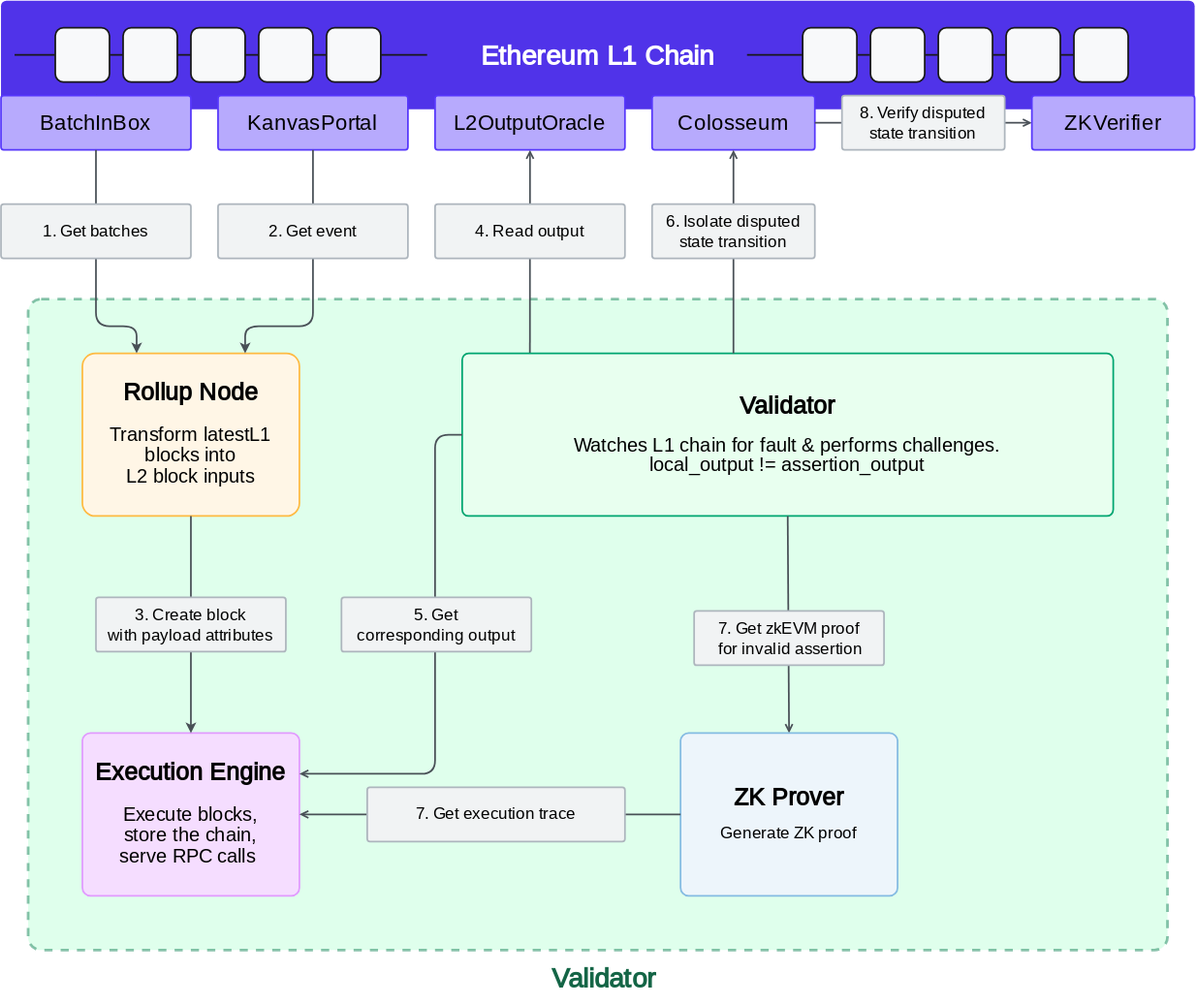
Above: specs/assets/verifier-proving-fault-proof.svg in kroma-network/kroma (draw.io), before the change. Source tidied: cells renumbered, new cells last; positions are measured from the earlier drawing's top-left corner, leaving out a move shared by most shapes.
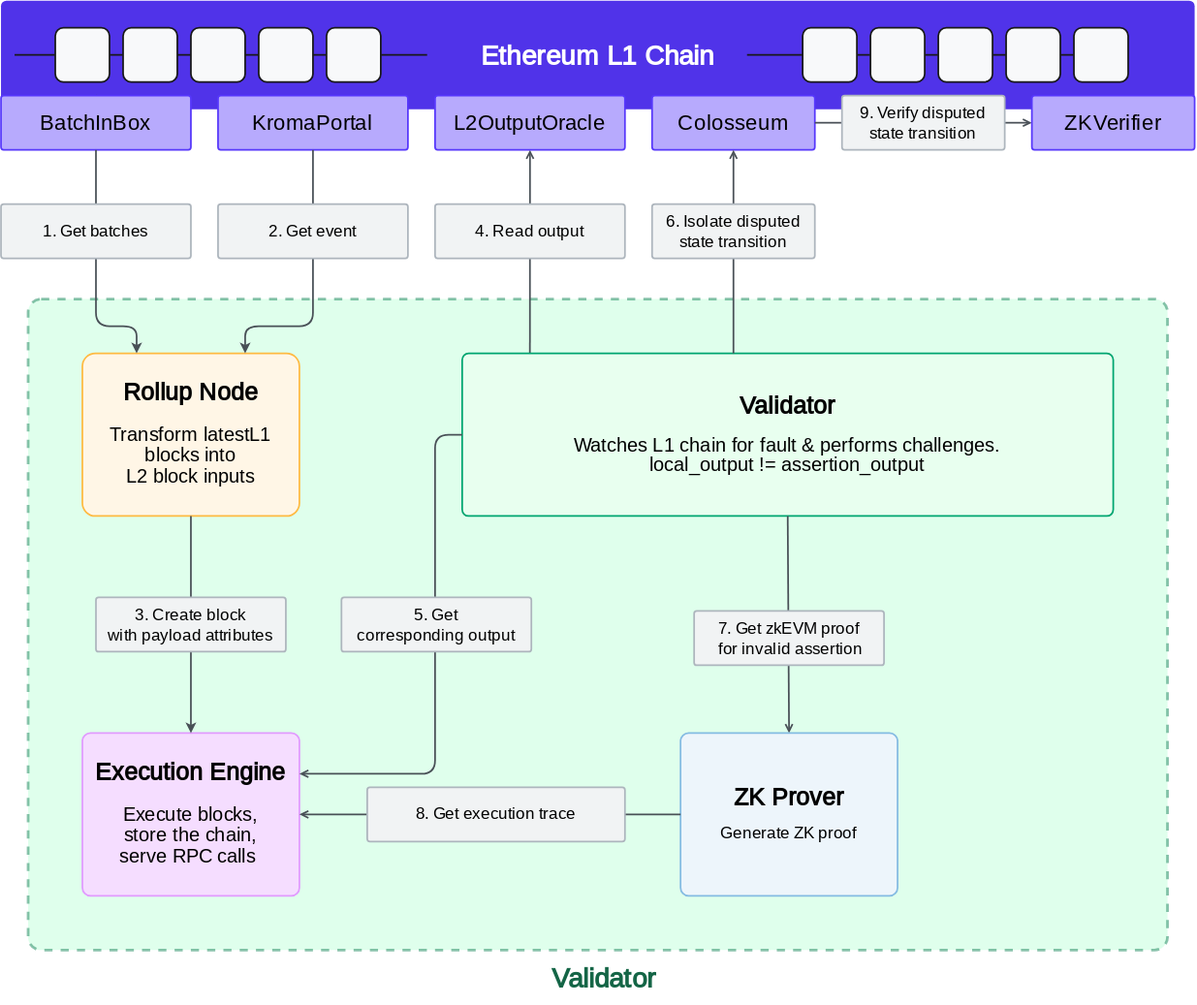
After the commit.

What changed in the source:
```diff
@@ -112,7 +112,7 @@
     <mxCell id="34" style="edgeStyle=none;rounded=0;hachureGap=4;jettySize=auto;html=1;fontFamily=Inter;fontSource=https%3A%2F%2Ffonts.googleapis.com%2Fcss%3Ffamily%3DInter;fontSize=16;endArrow=open;sourcePerimeterSpacing=0;targetPerimeterSpacing=0;strokeWidth=1.25;endFill=0;strokeColor=#495057;jumpSize=1;endSize=4;jumpStyle=arc;startSize=4;startArrow=none;startFill=0;exitX=0;exitY=0.5;exitDx=0;exitDy=0;" parent="1" edge="1" source="27" target="23">
       <mxGeometry relative="1" as="geometry" />
     </mxCell>
-    <mxCell id="35" value="7. Get execution trace" style="rounded=1;whiteSpace=wrap;html=1;fontSize=12;fontFamily=Inter;fillColor=#F1F3F4;strokeColor=#ADB5BD;hachureGap=4;fontSource=https%3A%2F%2Ffonts.googleapis.com%2Fcss%3Ffamily%3DInter;arcSize=5;shadow=0;glass=0;spacing=0;strokeWidth=1.25;spacingTop=0;" parent="1" vertex="1">
+    <mxCell id="35" value="8. Get execution trace" style="rounded=1;whiteSpace=wrap;html=1;fontSize=12;fontFamily=Inter;fillColor=#F1F3F4;strokeColor=#ADB5BD;hachureGap=4;fontSource=https%3A%2F%2Ffonts.googleapis.com%2Fcss%3Ffamily%3DInter;arcSize=5;shadow=0;glass=0;spacing=0;strokeWidth=1.25;spacingTop=0;" parent="1" vertex="1">
       <mxGeometry x="270" y="580" width="190" height="40" as="geometry" />
     </mxCell>
     <mxCell id="36" value="Validator" style="text;whiteSpace=wrap;fontSize=20;fontFamily=Inter;fontColor=#146546;align=center;fontStyle=1;html=1;spacing=2;verticalAlign=middle;" parent="1" vertex="1">
@@ -127,7 +127,7 @@
     <mxCell id="39" value="&lt;p style=&quot;line-height: 100%; font-size: 16px;&quot;&gt;BatchInBox&lt;/p&gt;" style="rounded=1;whiteSpace=wrap;html=1;fontSize=16;fontFamily=Inter;fillColor=#B7AAFD;strokeColor=#5637FB;hachureGap=4;fontSource=https%3A%2F%2Ffonts.googleapis.com%2Fcss%3Ffamily%3DInter;arcSize=5;shadow=0;glass=0;spacing=0;strokeWidth=1.25;spacingTop=0;" parent="1" vertex="1">
       <mxGeometry y="70" width="140" height="40" as="geometry" />
     </mxCell>
-    <mxCell id="40" value="&lt;p style=&quot;line-height: 100%; font-size: 16px;&quot;&gt;KanvasPortal&lt;/p&gt;" style="rounded=1;whiteSpace=wrap;html=1;fontSize=16;fontFamily=Inter;fillColor=#B7AAFD;strokeColor=#5637FB;hachureGap=4;fontSource=https%3A%2F%2Ffonts.googleapis.com%2Fcss%3Ffamily%3DInter;arcSize=5;shadow=0;glass=0;spacing=0;strokeWidth=1.25;spacingTop=0;" parent="1" vertex="1">
+    <mxCell id="40" value="&lt;p style=&quot;line-height: 100%; font-size: 16px;&quot;&gt;KromaPortal&lt;/p&gt;" style="rounded=1;whiteSpace=wrap;html=1;fontSize=16;fontFamily=Inter;fillColor=#B7AAFD;strokeColor=#5637FB;hachureGap=4;fontSource=https%3A%2F%2Ffonts.googleapis.com%2Fcss%3Ffamily%3DInter;arcSize=5;shadow=0;glass=0;spacing=0;strokeWidth=1.25;spacingTop=0;" parent="1" vertex="1">
       <mxGeometry x="160" y="70" width="140" height="40" as="geometry" />
     </mxCell>
     <mxCell id="41" style="edgeStyle=none;rounded=1;hachureGap=4;jettySize=auto;html=1;fontFamily=Inter;fontSource=https%3A%2F%2Ffonts.googleapis.com%2Fcss%3Ffamily%3DInter;fontSize=16;endArrow=none;sourcePerimeterSpacing=0;targetPerimeterSpacing=0;strokeWidth=1.25;endFill=0;strokeColor=#495057;jumpSize=6;endSize=4;jumpStyle=arc;startSize=4;startArrow=classic;startFill=1;exitX=0.25;exitY=0;exitDx=0;exitDy=0;entryX=0.5;entryY=1;entryDx=0;entryDy=0;" parent="1" edge="1" source="22" target="39">
@@ -158,7 +158,7 @@
     <mxCell id="46" style="edgeStyle=none;rounded=0;hachureGap=4;jettySize=auto;html=1;fontFamily=Inter;fontSource=https%3A%2F%2Ffonts.googleapis.com%2Fcss%3Ffamily%3DInter;fontSize=16;endArrow=none;sourcePerimeterSpacing=0;targetPerimeterSpacing=0;strokeWidth=1.25;endFill=0;strokeColor=#495057;jumpSize=6;endSize=4;jumpStyle=arc;startSize=4;startArrow=none;startFill=0;entryX=0;entryY=0.5;entryDx=0;entryDy=0;exitX=1;exitY=0.5;exitDx=0;exitDy=0;" parent="1" edge="1" source="21" target="47">
       <mxGeometry relative="1" as="geometry" />
     </mxCell>
-    <mxCell id="47" value="&lt;font style=&quot;font-size: 12px;&quot;&gt;8. Verify disputed&lt;br style=&quot;border-color: var(--border-color);&quot;&gt;state transition&lt;/font&gt;" style="rounded=1;whiteSpace=wrap;html=1;fontSize=12;fontFamily=Inter;fillColor=#F1F3F4;strokeColor=#ADB5BD;hachureGap=4;fontSource=https%3A%2F%2Ffonts.googleapis.com%2Fcss%3Ffamily%3DInter;arcSize=5;shadow=0;glass=0;spacing=0;strokeWidth=1.25;spacingTop=0;" parent="1" vertex="1">
+    <mxCell id="47" value="&lt;font style=&quot;font-size: 12px;&quot;&gt;9. Verify disputed&lt;br style=&quot;border-color: var(--border-color);&quot;&gt;state transition&lt;/font&gt;" style="rounded=1;whiteSpace=wrap;html=1;fontSize=12;fontFamily=Inter;fillColor=#F1F3F4;strokeColor=#ADB5BD;hachureGap=4;fontSource=https%3A%2F%2Ffonts.googleapis.com%2Fcss%3Ffamily%3DInter;arcSize=5;shadow=0;glass=0;spacing=0;strokeWidth=1.25;spacingTop=0;" parent="1" vertex="1">
       <mxGeometry x="620" y="70" width="120" height="40" as="geometry" />
     </mxCell>
   </root>
```
